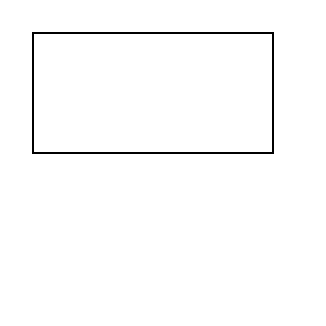
Above: architecture/Subscriptions Manager App Architecture Diagram.drawio in karateka-git/subscriptions-manager (draw.io), before the change. Source tidied: cells renumbered, new cells numbered last; positions are measured from the earlier drawing's top-left corner, leaving out a move shared by most shapes. Both pictures are drawn from the tidied source at 200%, with x=0, y=0 at pixel (32, 32).
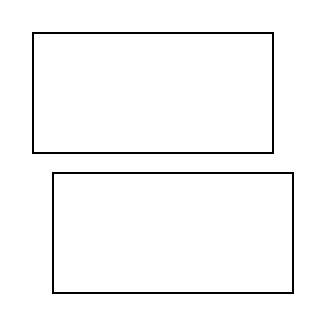
The same page after the edit.

What changed in the source:
```diff
@@
 <mxGraphModel>
   <root>
     <mxCell id="0" />
     <mxCell id="1" parent="0" />
     <mxCell id="2" style="rounded=0;whiteSpace=wrap;html=1;" parent="1" vertex="1">
       <mxGeometry width="120" height="60" as="geometry" />
     </mxCell>
+    <mxCell id="3" style="rounded=0;whiteSpace=wrap;html=1;" parent="1" vertex="1">
+      <mxGeometry x="10" y="70" width="120" height="60" as="geometry" />
+    </mxCell>
   </root>
 </mxGraphModel>
```
